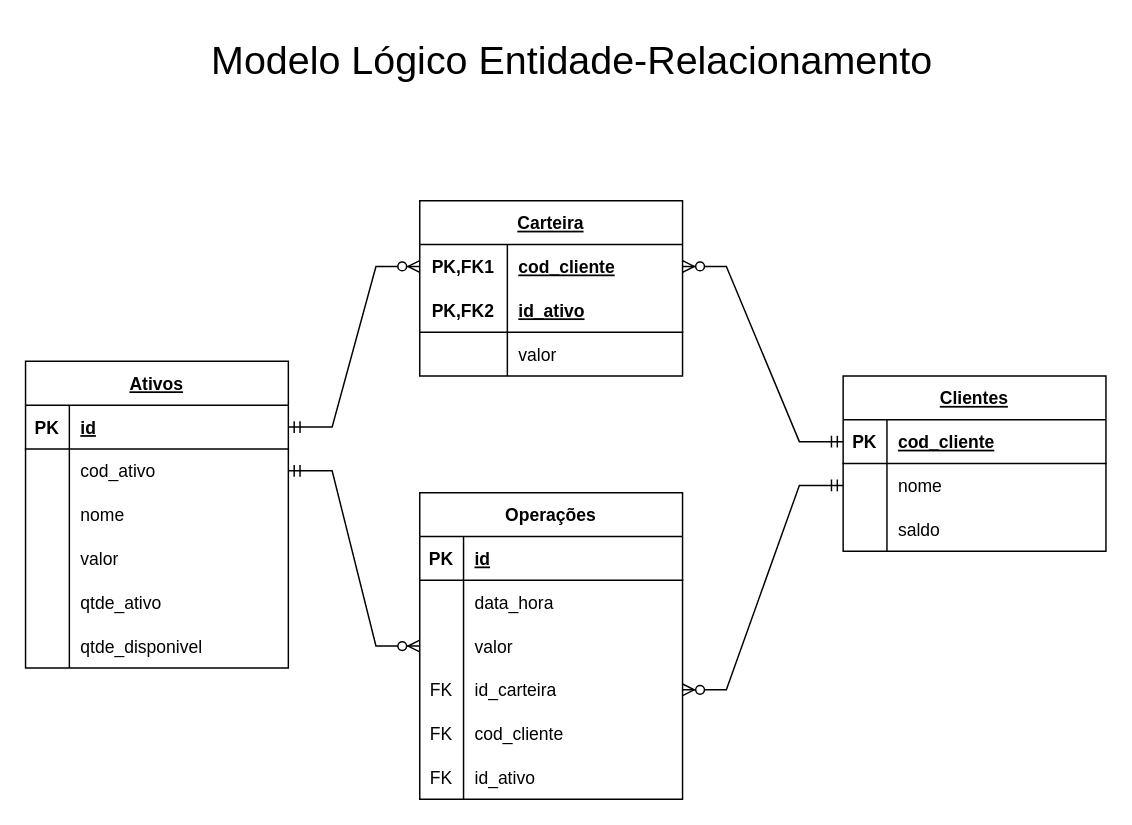
Fabio-Vicente/desafio-xp keeps this draw.io diagram as Modelo Lógico ER.drawio. Above is the earlier version. Source tidied: cells renumbered, new cells numbered last; positions are measured from the earlier drawing's top-left corner, leaving out a move shared by most shapes. Both pictures are drawn from the tidied source at 146%, with x=0, y=0 at pixel (25, 25).
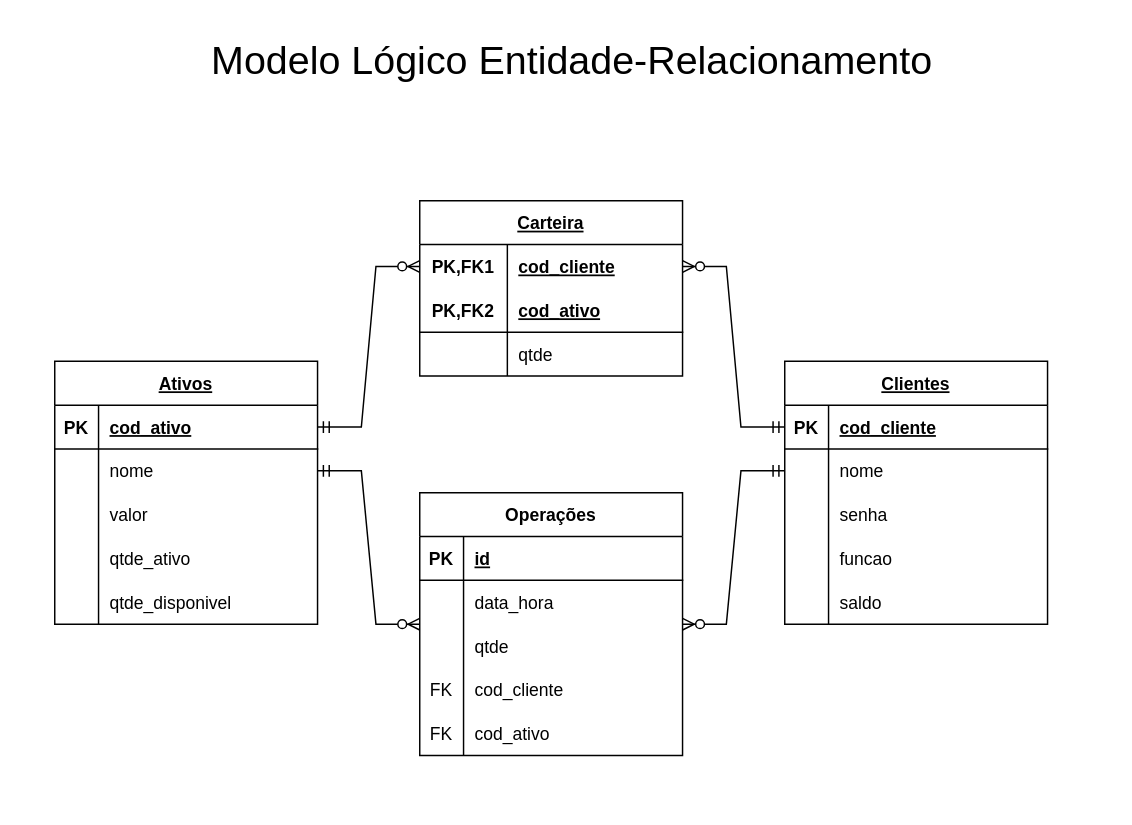
After the change.

Commit message:
docs: :memo: adjust database model

The change refers to these unchanged cells:
```xml
<mxCell id="3" style="shape=tableRow;horizontal=0;startSize=0;swimlaneHead=0;swimlaneBody=0;fillColor=none;points=[[0,0.5],[1,0.5]];portConstraint=eastwest;top=0;left=0;right=0;bottom=1;" parent="2" vertex="1">
  <mxGeometry y="30" width="180" height="30" as="geometry" />
</mxCell>
<mxCell id="25" style="shape=tableRow;horizontal=0;startSize=0;swimlaneHead=0;swimlaneBody=0;fillColor=none;points=[[0,0.5],[1,0.5]];portConstraint=eastwest;top=0;left=0;right=0;bottom=0;" parent="21" vertex="1">
  <mxGeometry y="60" width="180" height="30" as="geometry" />
</mxCell>
<mxCell id="31" value="Carteira" style="shape=table;startSize=30;childLayout=tableLayout;rowLines=0;fontStyle=5;align=center;" parent="1" vertex="1">
  <mxGeometry x="270" y="120" width="180" height="120" as="geometry" />
</mxCell>
<mxCell id="35" style="shape=tableRow;horizontal=0;startSize=0;swimlaneHead=0;swimlaneBody=0;fillColor=none;top=0;left=0;right=0;bottom=1;" parent="31" vertex="1">
  <mxGeometry y="60" width="180" height="30" as="geometry" />
</mxCell>
```

Diff of the diagram source:
```diff
@@
     <mxCell id="2" value="Ativos" style="shape=table;startSize=30;childLayout=tableLayout;rowLines=0;fontStyle=5;align=center;" parent="1" vertex="1">
-      <mxGeometry y="230" width="180" height="210" as="geometry" />
+      <mxGeometry x="20" y="230" width="180" height="180" as="geometry" />
     </mxCell>
@@
-    <mxCell id="5" value="id" style="shape=partialRectangle;fillColor=none;top=0;left=0;bottom=0;right=0;align=left;spacingLeft=6;fontStyle=5;overflow=hidden;" parent="3" vertex="1">
+    <mxCell id="5" value="cod_ativo" style="shape=partialRectangle;fillColor=none;top=0;left=0;bottom=0;right=0;align=left;spacingLeft=6;fontStyle=5;overflow=hidden;" parent="3" vertex="1">
       <mxGeometry x="30" width="150" height="30" as="geometry" />
     </mxCell>
-    <mxCell id="6" style="shape=tableRow;horizontal=0;startSize=0;swimlaneHead=0;swimlaneBody=0;fillColor=none;points=[[0,0.5],[1,0.5]];portConstraint=eastwest;top=0;left=0;right=0;bottom=0;" parent="2" vertex="1">
-      <mxGeometry y="60" width="180" height="30" as="geometry" />
-    </mxCell>
-    <mxCell id="7" style="shape=partialRectangle;fillColor=none;top=0;left=0;bottom=0;right=0;overflow=hidden;" parent="6" vertex="1">
-      <mxGeometry width="30" height="30" as="geometry" />
-    </mxCell>
-    <mxCell id="8" value="cod_ativo" style="shape=partialRectangle;fillColor=none;top=0;left=0;bottom=0;right=0;align=left;spacingLeft=6;overflow=hidden;" parent="6" vertex="1">
-      <mxGeometry x="30" width="150" height="30" as="geometry" />
-    </mxCell>
     <mxCell id="9" style="shape=tableRow;horizontal=0;startSize=0;swimlaneHead=0;swimlaneBody=0;fillColor=none;points=[[0,0.5],[1,0.5]];portConstraint=eastwest;top=0;left=0;right=0;bottom=0;" parent="2" vertex="1">
-      <mxGeometry y="90" width="180" height="30" as="geometry" />
+      <mxGeometry y="60" width="180" height="30" as="geometry" />
     </mxCell>
@@
     <mxCell id="12" style="shape=tableRow;horizontal=0;startSize=0;swimlaneHead=0;swimlaneBody=0;fillColor=none;top=0;left=0;right=0;bottom=0;" parent="2" vertex="1">
-      <mxGeometry y="120" width="180" height="30" as="geometry" />
+      <mxGeometry y="90" width="180" height="30" as="geometry" />
     </mxCell>
@@
     <mxCell id="15" style="shape=tableRow;horizontal=0;startSize=0;swimlaneHead=0;swimlaneBody=0;fillColor=none;top=0;left=0;right=0;bottom=0;" parent="2" vertex="1">
-      <mxGeometry y="150" width="180" height="30" as="geometry" />
+      <mxGeometry y="120" width="180" height="30" as="geometry" />
     </mxCell>
@@
     <mxCell id="18" style="shape=tableRow;horizontal=0;startSize=0;swimlaneHead=0;swimlaneBody=0;fillColor=none;top=0;left=0;right=0;bottom=0;" parent="2" vertex="1">
-      <mxGeometry y="180" width="180" height="30" as="geometry" />
+      <mxGeometry y="150" width="180" height="30" as="geometry" />
     </mxCell>
@@
     <mxCell id="21" value="Clientes" style="shape=table;startSize=30;childLayout=tableLayout;rowLines=0;fontStyle=5;align=center;" parent="1" vertex="1">
-      <mxGeometry x="560" y="240" width="180" height="120" as="geometry" />
+      <mxGeometry x="520" y="230" width="180" height="180" as="geometry" />
     </mxCell>
@@
+    <mxCell id="65" style="shape=tableRow;horizontal=0;startSize=0;swimlaneHead=0;swimlaneBody=0;fillColor=none;top=0;left=0;right=0;bottom=0;" parent="21" vertex="1">
+      <mxGeometry y="90" width="180" height="30" as="geometry" />
+    </mxCell>
+    <mxCell id="66" style="shape=partialRectangle;fillColor=none;top=0;left=0;bottom=0;right=0;overflow=hidden;" parent="65" vertex="1">
+      <mxGeometry width="30" height="30" as="geometry" />
+    </mxCell>
+    <mxCell id="67" value="senha" style="shape=partialRectangle;fillColor=none;top=0;left=0;bottom=0;right=0;align=left;spacingLeft=6;overflow=hidden;" parent="65" vertex="1">
+      <mxGeometry x="30" width="150" height="30" as="geometry" />
+    </mxCell>
+    <mxCell id="53" style="shape=tableRow;horizontal=0;startSize=0;swimlaneHead=0;swimlaneBody=0;fillColor=none;points=[[0,0.5],[1,0.5]];portConstraint=eastwest;top=0;left=0;right=0;bottom=0;" parent="21" vertex="1">
+      <mxGeometry y="120" width="180" height="30" as="geometry" />
+    </mxCell>
+    <mxCell id="68" style="shape=partialRectangle;fillColor=none;top=0;left=0;bottom=0;right=0;overflow=hidden;" parent="53" vertex="1">
+      <mxGeometry width="30" height="30" as="geometry" />
+    </mxCell>
+    <mxCell id="69" value="funcao" style="shape=partialRectangle;fillColor=none;top=0;left=0;bottom=0;right=0;align=left;spacingLeft=6;overflow=hidden;" parent="53" vertex="1">
+      <mxGeometry x="30" width="150" height="30" as="geometry" />
+    </mxCell>
     <mxCell id="28" style="shape=tableRow;horizontal=0;startSize=0;swimlaneHead=0;swimlaneBody=0;fillColor=none;top=0;left=0;right=0;bottom=0;" parent="21" vertex="1">
-      <mxGeometry y="90" width="180" height="30" as="geometry" />
+      <mxGeometry y="150" width="180" height="30" as="geometry" />
     </mxCell>
@@
-    <mxCell id="37" value="id_ativo" style="shape=partialRectangle;fillColor=none;top=0;left=0;bottom=0;right=0;align=left;spacingLeft=6;fontStyle=5;overflow=hidden;" parent="35" vertex="1">
+    <mxCell id="37" value="cod_ativo" style="shape=partialRectangle;fillColor=none;top=0;left=0;bottom=0;right=0;align=left;spacingLeft=6;fontStyle=5;overflow=hidden;" parent="35" vertex="1">
       <mxGeometry x="60" width="120" height="30" as="geometry" />
     </mxCell>
-    <mxCell id="38" style="shape=tableRow;horizontal=0;startSize=0;swimlaneHead=0;swimlaneBody=0;fillColor=none;top=0;left=0;right=0;bottom=0;" parent="31" vertex="1">
-      <mxGeometry y="90" width="180" height="30" as="geometry" />
-    </mxCell>
+    <mxCell id="70" style="shape=tableRow;horizontal=0;startSize=0;swimlaneHead=0;swimlaneBody=0;fillColor=none;top=0;left=0;right=0;bottom=0;" parent="31" vertex="1">
+      <mxGeometry y="90" width="180" height="30" as="geometry" />
+    </mxCell>
-    <mxCell id="39" style="shape=partialRectangle;fillColor=none;top=0;left=0;bottom=0;right=0;overflow=hidden;" parent="38" vertex="1">
+    <mxCell id="39" style="shape=partialRectangle;fillColor=none;top=0;left=0;bottom=0;right=0;overflow=hidden;" parent="70" vertex="1">
       <mxGeometry width="60" height="30" as="geometry" />
     </mxCell>
-    <mxCell id="40" value="valor" style="shape=partialRectangle;fillColor=none;top=0;left=0;bottom=0;right=0;align=left;spacingLeft=6;overflow=hidden;" parent="38" vertex="1">
-      <mxGeometry x="60" width="120" height="30" as="geometry" />
-    </mxCell>
+    <mxCell id="71" value="qtde" style="shape=partialRectangle;fillColor=none;top=0;left=0;bottom=0;right=0;align=left;spacingLeft=6;overflow=hidden;" parent="70" vertex="1">
+      <mxGeometry x="60" width="120" height="30" as="geometry" />
+    </mxCell>
@@
     <mxCell id="43" value="Operações" style="shape=table;startSize=30;childLayout=tableLayout;rowLines=0;fontStyle=1;align=center;" parent="1" vertex="1">
-      <mxGeometry x="270" y="320" width="180" height="210" as="geometry" />
+      <mxGeometry x="270" y="320" width="180" height="180" as="geometry" />
     </mxCell>
@@
-    <mxCell id="50" style="shape=tableRow;horizontal=0;startSize=0;swimlaneHead=0;swimlaneBody=0;fillColor=none;top=0;left=0;right=0;bottom=0;" parent="43" vertex="1">
-      <mxGeometry y="90" width="180" height="30" as="geometry" />
-    </mxCell>
-    <mxCell id="51" style="shape=partialRectangle;fillColor=none;top=0;left=0;bottom=0;right=0;overflow=hidden;" parent="50" vertex="1">
-      <mxGeometry width="30" height="30" as="geometry" />
-    </mxCell>
-    <mxCell id="52" value="valor" style="shape=partialRectangle;fillColor=none;top=0;left=0;bottom=0;right=0;align=left;spacingLeft=6;overflow=hidden;" parent="50" vertex="1">
-      <mxGeometry x="30" width="150" height="30" as="geometry" />
-    </mxCell>
-    <mxCell id="53" style="shape=tableRow;horizontal=0;startSize=0;swimlaneHead=0;swimlaneBody=0;fillColor=none;points=[[0,0.5],[1,0.5]];portConstraint=eastwest;top=0;left=0;right=0;bottom=0;" parent="43" vertex="1">
-      <mxGeometry y="120" width="180" height="30" as="geometry" />
-    </mxCell>
-    <mxCell id="54" value="FK" style="shape=partialRectangle;fillColor=none;top=0;left=0;bottom=0;right=0;overflow=hidden;" parent="53" vertex="1">
-      <mxGeometry width="30" height="30" as="geometry" />
-    </mxCell>
-    <mxCell id="55" value="id_carteira" style="shape=partialRectangle;fillColor=none;top=0;left=0;bottom=0;right=0;align=left;spacingLeft=6;overflow=hidden;" parent="53" vertex="1">
-      <mxGeometry x="30" width="150" height="30" as="geometry" />
-    </mxCell>
+    <mxCell id="72" style="shape=tableRow;horizontal=0;startSize=0;swimlaneHead=0;swimlaneBody=0;fillColor=none;top=0;left=0;right=0;bottom=0;" parent="43" vertex="1">
+      <mxGeometry y="90" width="180" height="30" as="geometry" />
+    </mxCell>
+    <mxCell id="73" style="shape=partialRectangle;fillColor=none;top=0;left=0;bottom=0;right=0;overflow=hidden;" parent="72" vertex="1">
+      <mxGeometry width="30" height="30" as="geometry" />
+    </mxCell>
+    <mxCell id="74" value="qtde" style="shape=partialRectangle;fillColor=none;top=0;left=0;bottom=0;right=0;align=left;spacingLeft=6;overflow=hidden;" parent="72" vertex="1">
+      <mxGeometry x="30" width="150" height="30" as="geometry" />
+    </mxCell>
     <mxCell id="56" style="shape=tableRow;horizontal=0;startSize=0;swimlaneHead=0;swimlaneBody=0;fillColor=none;top=0;left=0;right=0;bottom=0;" parent="43" vertex="1">
-      <mxGeometry y="150" width="180" height="30" as="geometry" />
+      <mxGeometry y="120" width="180" height="30" as="geometry" />
     </mxCell>
@@
     <mxCell id="59" style="shape=tableRow;horizontal=0;startSize=0;swimlaneHead=0;swimlaneBody=0;fillColor=none;top=0;left=0;right=0;bottom=0;" parent="43" vertex="1">
-      <mxGeometry y="180" width="180" height="30" as="geometry" />
+      <mxGeometry y="150" width="180" height="30" as="geometry" />
     </mxCell>
@@
-    <mxCell id="61" value="id_ativo" style="shape=partialRectangle;fillColor=none;top=0;left=0;bottom=0;right=0;align=left;spacingLeft=6;overflow=hidden;" parent="59" vertex="1">
+    <mxCell id="61" value="cod_ativo" style="shape=partialRectangle;fillColor=none;top=0;left=0;bottom=0;right=0;align=left;spacingLeft=6;overflow=hidden;" parent="59" vertex="1">
       <mxGeometry x="30" width="150" height="30" as="geometry" />
     </mxCell>
-    <mxCell id="62" style="edgeStyle=entityRelationEdgeStyle;fontSize=12;html=1;endArrow=ERzeroToMany;startArrow=ERmandOne;rounded=0;entryX=1;entryY=0.5;entryDx=0;entryDy=0;exitX=0;exitY=0.5;exitDx=0;exitDy=0;" parent="1" edge="1" source="25" target="53">
+    <mxCell id="62" style="edgeStyle=entityRelationEdgeStyle;fontSize=12;html=1;endArrow=ERzeroToMany;startArrow=ERmandOne;rounded=0;exitX=0;exitY=0.5;exitDx=0;exitDy=0;" parent="1" edge="1" source="25" target="43">
       <mxGeometry relative="1" as="geometry" />
     </mxCell>
-    <mxCell id="63" style="edgeStyle=entityRelationEdgeStyle;fontSize=12;html=1;endArrow=ERzeroToMany;startArrow=ERmandOne;rounded=0;" parent="1" edge="1" source="6" target="43">
+    <mxCell id="63" style="edgeStyle=entityRelationEdgeStyle;fontSize=12;html=1;endArrow=ERzeroToMany;startArrow=ERmandOne;rounded=0;exitX=1;exitY=0.5;exitDx=0;exitDy=0;" parent="1" edge="1" source="9" target="43">
       <mxGeometry relative="1" as="geometry" />
     </mxCell>
```
